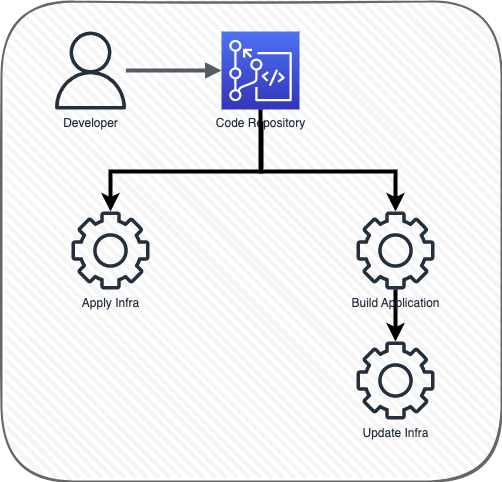
The draw.io diagram commit_update_flow.png in amioranza/toptal-test, before a commit. Source tidied: cells renumbered, new cells last; positions are measured from the earlier drawing's top-left corner, leaving out a move shared by most shapes. Source of this version:
```xml
<mxGraphModel>
  <root>
    <mxCell id="0" />
    <mxCell id="1" parent="0" />
    <mxCell id="2" style="rounded=1;whiteSpace=wrap;html=1;strokeWidth=2;fillWeight=4;hachureGap=8;hachureAngle=45;fillColor=#f5f5f5;sketch=1;strokeColor=#666666;fontColor=#333333;" parent="1" vertex="1">
      <mxGeometry width="500" height="480" as="geometry" />
    </mxCell>
    <mxCell id="3" value="Developer" style="sketch=0;outlineConnect=0;fontColor=#232F3E;gradientColor=none;fillColor=#232F3D;strokeColor=none;dashed=0;verticalLabelPosition=bottom;verticalAlign=top;align=center;html=1;fontSize=12;fontStyle=0;shape=mxgraph.aws4.user;" parent="1" vertex="1">
      <mxGeometry x="50" y="30" width="78" height="78" as="geometry" />
    </mxCell>
    <mxCell id="4" value="Code Repository" style="sketch=0;points=[[0,0,0],[0.25,0,0],[0.5,0,0],[0.75,0,0],[1,0,0],[0,1,0],[0.25,1,0],[0.5,1,0],[0.75,1,0],[1,1,0],[0,0.25,0],[0,0.5,0],[0,0.75,0],[1,0.25,0],[1,0.5,0],[1,0.75,0]];outlineConnect=0;fontColor=#232F3E;gradientColor=#4D72F3;gradientDirection=north;fillColor=#3334B9;strokeColor=#ffffff;dashed=0;verticalLabelPosition=bottom;verticalAlign=top;align=center;html=1;fontSize=12;fontStyle=0;shape=mxgraph.aws4.resourceIcon;resIcon=mxgraph.aws4.codecommit;" parent="1" vertex="1">
      <mxGeometry x="220" y="30" width="78" height="78" as="geometry" />
    </mxCell>
    <mxCell id="5" style="edgeStyle=orthogonalEdgeStyle;html=1;endArrow=block;elbow=vertical;startArrow=none;endFill=1;strokeColor=#545B64;rounded=0;strokeWidth=4;" parent="1" edge="1" source="3" target="4">
      <mxGeometry relative="1" as="geometry" />
    </mxCell>
    <mxCell id="6" value="Apply Infra" style="sketch=0;outlineConnect=0;fontColor=#232F3E;gradientColor=none;fillColor=#232F3D;strokeColor=none;dashed=0;verticalLabelPosition=bottom;verticalAlign=top;align=center;html=1;fontSize=12;fontStyle=0;shape=mxgraph.aws4.gear;" parent="1" vertex="1">
      <mxGeometry x="70" y="210" width="78" height="78" as="geometry" />
    </mxCell>
    <mxCell id="7" style="edgeStyle=elbowEdgeStyle;elbow=vertical;endArrow=classic;html=1;rounded=0;exitX=0.5;exitY=1;exitDx=0;exitDy=0;exitPerimeter=0;strokeWidth=4;" parent="1" edge="1" source="4" target="6">
      <mxGeometry relative="1" as="geometry">
        <Array as="points">
          <mxPoint x="180" y="170" />
        </Array>
      </mxGeometry>
    </mxCell>
    <mxCell id="8" style="edgeStyle=orthogonalEdgeStyle;rounded=0;jettySize=auto;html=1;strokeWidth=4;" parent="1" edge="1" source="9" target="11">
      <mxGeometry relative="1" as="geometry" />
    </mxCell>
    <mxCell id="9" value="Build Application" style="sketch=0;outlineConnect=0;fontColor=#232F3E;gradientColor=none;fillColor=#232F3D;strokeColor=none;dashed=0;verticalLabelPosition=bottom;verticalAlign=top;align=center;html=1;fontSize=12;fontStyle=0;shape=mxgraph.aws4.gear;" parent="1" vertex="1">
      <mxGeometry x="355" y="210" width="78" height="78" as="geometry" />
    </mxCell>
    <mxCell id="10" style="edgeStyle=elbowEdgeStyle;elbow=vertical;endArrow=classic;html=1;rounded=0;strokeWidth=4;" parent="1" edge="1" target="9">
      <mxGeometry relative="1" as="geometry">
        <mxPoint x="260" y="120" as="sourcePoint" />
        <Array as="points">
          <mxPoint x="310" y="170" />
        </Array>
      </mxGeometry>
    </mxCell>
    <mxCell id="11" value="Update Infra" style="sketch=0;outlineConnect=0;fontColor=#232F3E;gradientColor=none;fillColor=#232F3D;strokeColor=none;dashed=0;verticalLabelPosition=bottom;verticalAlign=top;align=center;html=1;fontSize=12;fontStyle=0;shape=mxgraph.aws4.gear;" parent="1" vertex="1">
      <mxGeometry x="355" y="340" width="78" height="78" as="geometry" />
    </mxCell>
  </root>
</mxGraphModel>
```
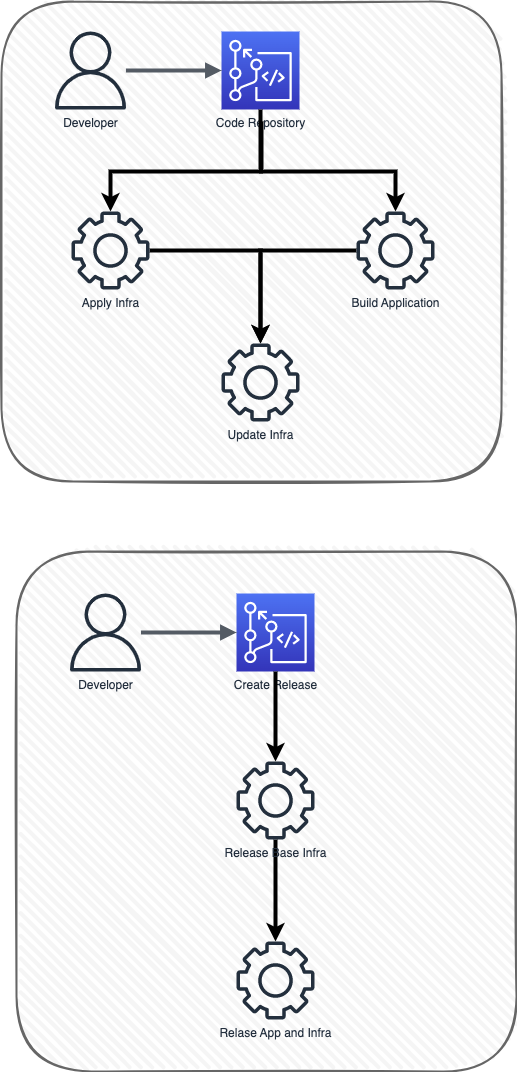
Later version of the same file.

Diff of the diagram source:
```diff
@@ -14,6 +14,9 @@
     <mxCell id="5" style="edgeStyle=orthogonalEdgeStyle;html=1;endArrow=block;elbow=vertical;startArrow=none;endFill=1;strokeColor=#545B64;rounded=0;strokeWidth=4;" parent="1" edge="1" source="3" target="4">
       <mxGeometry relative="1" as="geometry" />
     </mxCell>
+    <mxCell id="12" style="edgeStyle=orthogonalEdgeStyle;rounded=0;jettySize=auto;html=1;strokeWidth=4;" parent="1" edge="1" source="6" target="11">
+      <mxGeometry relative="1" as="geometry" />
+    </mxCell>
     <mxCell id="6" value="Apply Infra" style="sketch=0;outlineConnect=0;fontColor=#232F3E;gradientColor=none;fillColor=#232F3D;strokeColor=none;dashed=0;verticalLabelPosition=bottom;verticalAlign=top;align=center;html=1;fontSize=12;fontStyle=0;shape=mxgraph.aws4.gear;" parent="1" vertex="1">
       <mxGeometry x="70" y="210" width="78" height="78" as="geometry" />
     </mxCell>
@@ -30,16 +33,45 @@
     <mxCell id="9" value="Build Application" style="sketch=0;outlineConnect=0;fontColor=#232F3E;gradientColor=none;fillColor=#232F3D;strokeColor=none;dashed=0;verticalLabelPosition=bottom;verticalAlign=top;align=center;html=1;fontSize=12;fontStyle=0;shape=mxgraph.aws4.gear;" parent="1" vertex="1">
       <mxGeometry x="355" y="210" width="78" height="78" as="geometry" />
     </mxCell>
-    <mxCell id="10" style="edgeStyle=elbowEdgeStyle;elbow=vertical;endArrow=classic;html=1;rounded=0;strokeWidth=4;" parent="1" edge="1" target="9">
-      <mxGeometry relative="1" as="geometry">
-        <mxPoint x="260" y="120" as="sourcePoint" />
-        <Array as="points">
-          <mxPoint x="310" y="170" />
-        </Array>
-      </mxGeometry>
-    </mxCell>
+    <mxCell id="13" style="edgeStyle=elbowEdgeStyle;elbow=vertical;endArrow=classic;html=1;rounded=0;strokeWidth=4;" parent="1" edge="1" target="9">
+      <mxGeometry relative="1" as="geometry">
+        <mxPoint x="260" y="120" as="sourcePoint" />
+        <Array as="points">
+          <mxPoint x="310" y="170" />
+        </Array>
+      </mxGeometry>
+    </mxCell>
     <mxCell id="11" value="Update Infra" style="sketch=0;outlineConnect=0;fontColor=#232F3E;gradientColor=none;fillColor=#232F3D;strokeColor=none;dashed=0;verticalLabelPosition=bottom;verticalAlign=top;align=center;html=1;fontSize=12;fontStyle=0;shape=mxgraph.aws4.gear;" parent="1" vertex="1">
-      <mxGeometry x="355" y="340" width="78" height="78" as="geometry" />
+      <mxGeometry x="220" y="342" width="78" height="78" as="geometry" />
     </mxCell>
+    <mxCell id="14" style="rounded=1;whiteSpace=wrap;html=1;strokeWidth=2;fillWeight=4;hachureGap=8;hachureAngle=45;fillColor=#f5f5f5;sketch=1;strokeColor=#666666;fontColor=#333333;" parent="1" vertex="1">
+      <mxGeometry x="15" y="550" width="500" height="520" as="geometry" />
+    </mxCell>
+    <mxCell id="15" value="Developer" style="sketch=0;outlineConnect=0;fontColor=#232F3E;gradientColor=none;fillColor=#232F3D;strokeColor=none;dashed=0;verticalLabelPosition=bottom;verticalAlign=top;align=center;html=1;fontSize=12;fontStyle=0;shape=mxgraph.aws4.user;" parent="1" vertex="1">
+      <mxGeometry x="65" y="592" width="78" height="78" as="geometry" />
+    </mxCell>
+    <mxCell id="16" value="Create Release" style="sketch=0;points=[[0,0,0],[0.25,0,0],[0.5,0,0],[0.75,0,0],[1,0,0],[0,1,0],[0.25,1,0],[0.5,1,0],[0.75,1,0],[1,1,0],[0,0.25,0],[0,0.5,0],[0,0.75,0],[1,0.25,0],[1,0.5,0],[1,0.75,0]];outlineConnect=0;fontColor=#232F3E;gradientColor=#4D72F3;gradientDirection=north;fillColor=#3334B9;strokeColor=#ffffff;dashed=0;verticalLabelPosition=bottom;verticalAlign=top;align=center;html=1;fontSize=12;fontStyle=0;shape=mxgraph.aws4.resourceIcon;resIcon=mxgraph.aws4.codecommit;" parent="1" vertex="1">
+      <mxGeometry x="235" y="592" width="78" height="78" as="geometry" />
+    </mxCell>
+    <mxCell id="17" style="edgeStyle=orthogonalEdgeStyle;html=1;endArrow=block;elbow=vertical;startArrow=none;endFill=1;strokeColor=#545B64;rounded=0;strokeWidth=4;" parent="1" edge="1" source="15" target="16">
+      <mxGeometry relative="1" as="geometry" />
+    </mxCell>
+    <mxCell id="18" style="edgeStyle=orthogonalEdgeStyle;rounded=0;jettySize=auto;html=1;strokeWidth=4;" parent="1" edge="1" source="19" target="21">
+      <mxGeometry relative="1" as="geometry" />
+    </mxCell>
+    <mxCell id="19" value="Release Base Infra" style="sketch=0;outlineConnect=0;fontColor=#232F3E;gradientColor=none;fillColor=#232F3D;strokeColor=none;dashed=0;verticalLabelPosition=bottom;verticalAlign=top;align=center;html=1;fontSize=12;fontStyle=0;shape=mxgraph.aws4.gear;" parent="1" vertex="1">
+      <mxGeometry x="235" y="760" width="78" height="78" as="geometry" />
+    </mxCell>
+    <mxCell id="20" style="edgeStyle=elbowEdgeStyle;elbow=vertical;endArrow=classic;html=1;rounded=0;strokeWidth=4;" parent="1" edge="1" target="19">
+      <mxGeometry relative="1" as="geometry">
+        <mxPoint x="274" y="670" as="sourcePoint" />
+        <Array as="points">
+          <mxPoint x="195" y="732" />
+        </Array>
+      </mxGeometry>
+    </mxCell>
+    <mxCell id="21" value="Relase App and Infra" style="sketch=0;outlineConnect=0;fontColor=#232F3E;gradientColor=none;fillColor=#232F3D;strokeColor=none;dashed=0;verticalLabelPosition=bottom;verticalAlign=top;align=center;html=1;fontSize=12;fontStyle=0;shape=mxgraph.aws4.gear;" parent="1" vertex="1">
+      <mxGeometry x="235" y="940" width="78" height="78" as="geometry" />
+    </mxCell>
   </root>
 </mxGraphModel>
```
